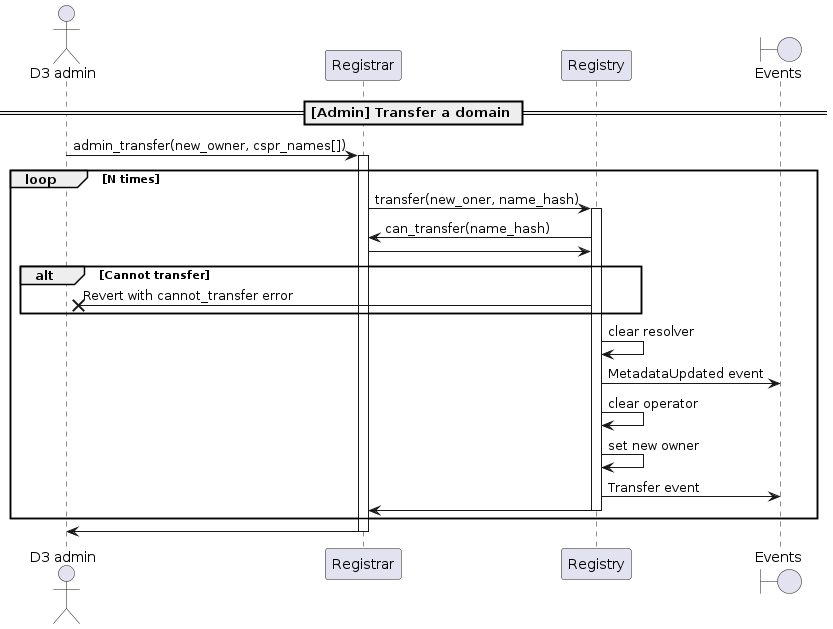
Before: docs/sequence-diagrams/puml/admin-transfer-domain.png, a diagram exported from PlantUML (make-software/cspr-name-contracts).
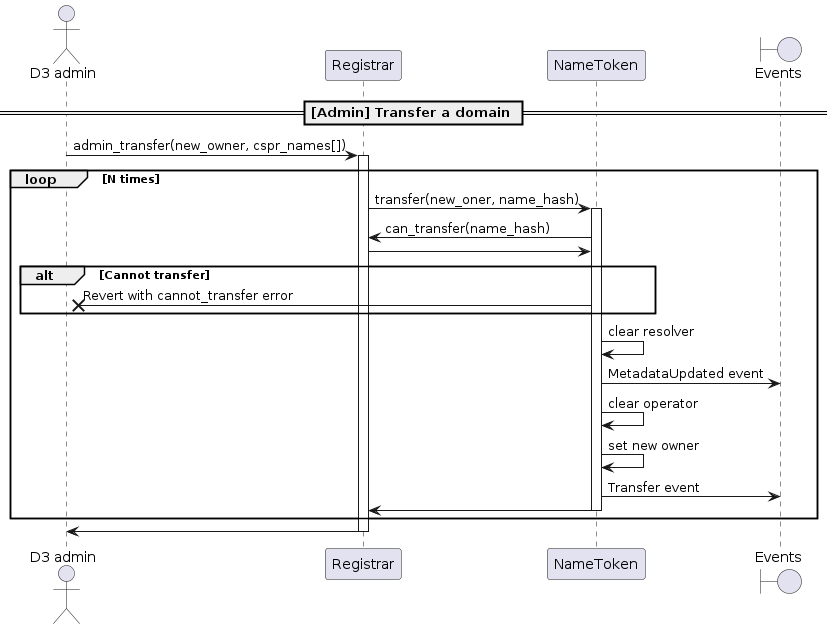
The same diagram one commit later.

What changed in the source:
```diff
@@ -2,7 +2,7 @@
 
 actor "D3 admin"
 participant "Registrar"
-participant "Registry"
+participant "NameToken"
 boundary "Events"
 
 == [Admin] Transfer a domain ==
@@ -10,20 +10,20 @@
 "D3 admin" -> "Registrar": admin_transfer(new_owner, cspr_names[])
 activate Registrar
 loop N times
-    Registrar -> Registry: transfer(new_oner, name_hash)
-    activate Registry
-    Registry -> Registrar: can_transfer(name_hash)
-    Registrar -> Registry
+    Registrar -> NameToken: transfer(new_oner, name_hash)
+    activate NameToken
+    NameToken -> Registrar: can_transfer(name_hash)
+    Registrar -> NameToken
     alt Cannot transfer
-        Registry ->X "D3 admin": Revert with cannot_transfer error
+        NameToken ->X "D3 admin": Revert with cannot_transfer error
     end
-    Registry -> Registry: clear resolver
-    Registry -> "Events": MetadataUpdated event
-    Registry -> Registry: clear operator
-    Registry -> Registry : set new owner
-    Registry -> "Events": Transfer event
-    Registry -> Registrar
-    deactivate Registry
+    NameToken -> NameToken: clear resolver
+    NameToken -> "Events": MetadataUpdated event
+    NameToken -> NameToken: clear operator
+    NameToken -> NameToken : set new owner
+    NameToken -> "Events": Transfer event
+    NameToken -> Registrar
+    deactivate NameToken
 end
 Registrar -> "D3 admin"
 deactivate Registrar
```
